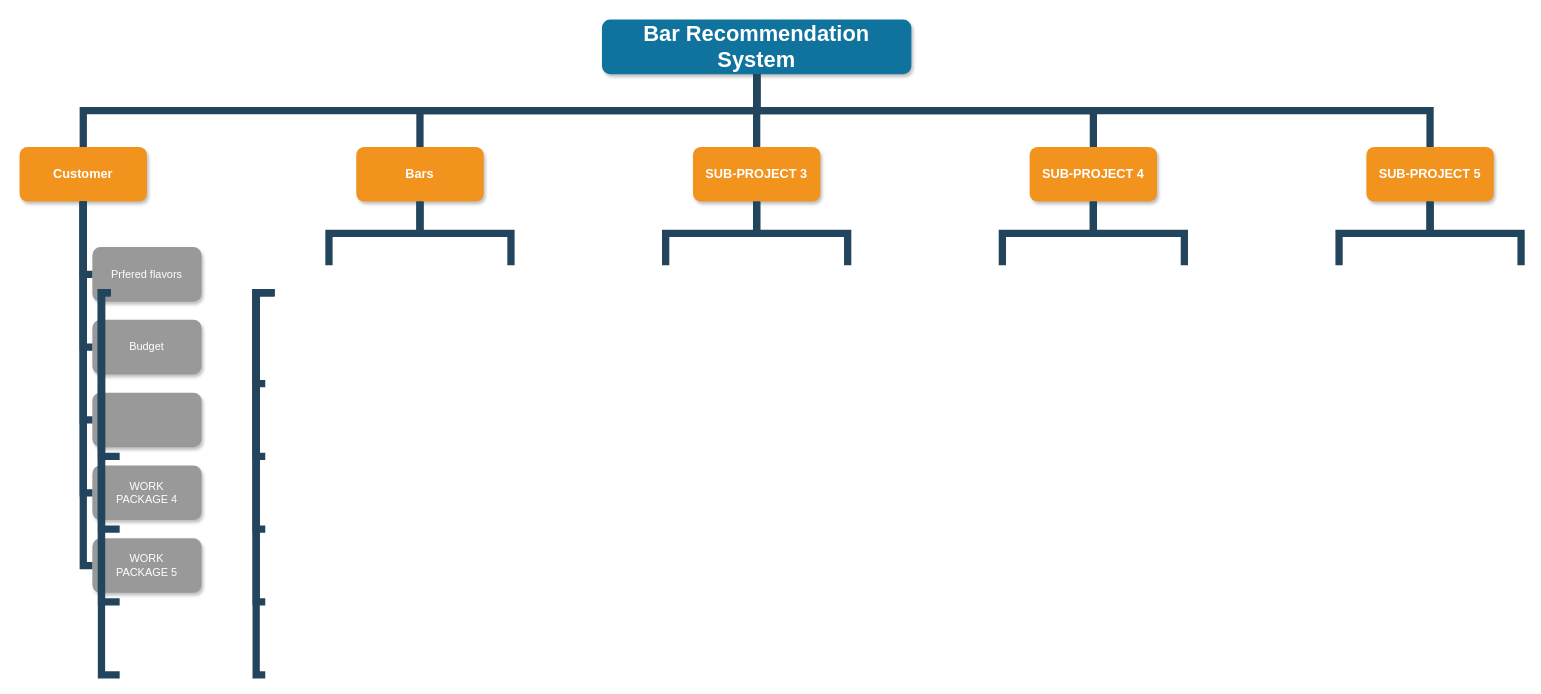
Earlier version of the draw.io diagram DBMS_System_Fuctions.drawio (tp12356twNccu/Database_NCCU). Source tidied: cells renumbered, new cells numbered last; positions are measured from the earlier drawing's top-left corner, leaving out a move shared by most shapes. Both pictures are drawn from the tidied source at 91%, with x=0, y=0 at pixel (19, 19).
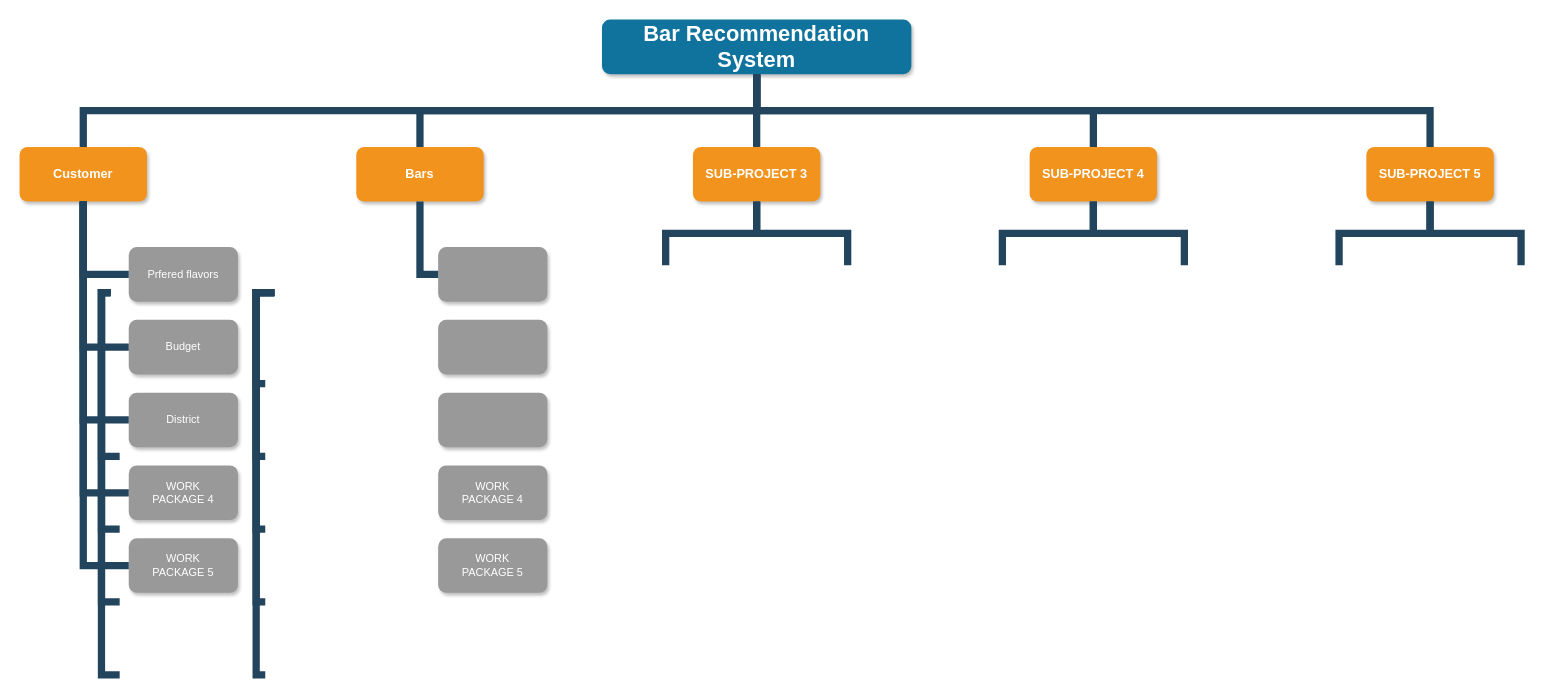
The same diagram, later.

The change refers to these unchanged cells:
```xml
<mxCell id="4" value="Bars" style="whiteSpace=wrap;rounded=1;fillColor=#F2931E;strokeColor=none;shadow=1;fontColor=#FFFFFF;fontStyle=1;fontSize=14;" parent="1" vertex="1">
  <mxGeometry x="370" y="140" width="140" height="60" as="geometry" />
</mxCell>
```

Diff of the diagram source:
```diff
@@
     <mxCell id="8" value="Prfered flavors" style="whiteSpace=wrap;rounded=1;fillColor=#999999;strokeColor=none;shadow=1;fontColor=#FFFFFF;fontStyle=0;" parent="1" vertex="1">
-      <mxGeometry x="80" y="250" width="120" height="60" as="geometry" />
+      <mxGeometry x="120" y="250" width="120" height="60" as="geometry" />
     </mxCell>
     <mxCell id="9" value="Budget" style="whiteSpace=wrap;rounded=1;fillColor=#999999;strokeColor=none;shadow=1;fontColor=#FFFFFF;fontStyle=0;" parent="1" vertex="1">
-      <mxGeometry x="80" y="330" width="120" height="60" as="geometry" />
+      <mxGeometry x="120" y="330" width="120" height="60" as="geometry" />
     </mxCell>
-    <mxCell id="10" style="whiteSpace=wrap;rounded=1;fillColor=#999999;strokeColor=none;shadow=1;fontColor=#FFFFFF;fontStyle=0;" parent="1" vertex="1">
-      <mxGeometry x="80" y="410" width="120" height="60" as="geometry" />
+    <mxCell id="10" value="District" style="whiteSpace=wrap;rounded=1;fillColor=#999999;strokeColor=none;shadow=1;fontColor=#FFFFFF;fontStyle=0;" parent="1" vertex="1">
+      <mxGeometry x="120" y="410" width="120" height="60" as="geometry" />
     </mxCell>
     <mxCell id="11" value="WORK&#10;PACKAGE 4" style="whiteSpace=wrap;rounded=1;fillColor=#999999;strokeColor=none;shadow=1;fontColor=#FFFFFF;fontStyle=0;" parent="1" vertex="1">
-      <mxGeometry x="80" y="490" width="120" height="60" as="geometry" />
+      <mxGeometry x="120" y="490" width="120" height="60" as="geometry" />
     </mxCell>
     <mxCell id="12" value="WORK&#10;PACKAGE 5" style="whiteSpace=wrap;rounded=1;fillColor=#999999;strokeColor=none;shadow=1;fontColor=#FFFFFF;fontStyle=0;" parent="1" vertex="1">
-      <mxGeometry x="80" y="570" width="120" height="60" as="geometry" />
+      <mxGeometry x="120" y="570" width="120" height="60" as="geometry" />
     </mxCell>
@@
-    <mxCell id="17" style="edgeStyle=elbowEdgeStyle;elbow=vertical;rounded=0;fontColor=#000000;endArrow=none;endFill=0;strokeWidth=8;strokeColor=#23445D;" parent="1" edge="1" source="4">
-      <mxGeometry relative="1" as="geometry">
-        <mxPoint x="340" y="270" as="targetPoint" />
-      </mxGeometry>
-    </mxCell>
-    <mxCell id="18" style="edgeStyle=elbowEdgeStyle;elbow=vertical;rounded=0;fontColor=#000000;endArrow=none;endFill=0;strokeWidth=8;strokeColor=#23445D;" parent="1" edge="1" source="4">
-      <mxGeometry relative="1" as="geometry">
-        <mxPoint x="540" y="270" as="targetPoint" />
-      </mxGeometry>
-    </mxCell>
@@
+    <mxCell id="40" style="whiteSpace=wrap;rounded=1;fillColor=#999999;strokeColor=none;shadow=1;fontColor=#FFFFFF;fontStyle=0;" parent="1" vertex="1">
+      <mxGeometry x="460" y="250" width="120" height="60" as="geometry" />
+    </mxCell>
+    <mxCell id="41" style="whiteSpace=wrap;rounded=1;fillColor=#999999;strokeColor=none;shadow=1;fontColor=#FFFFFF;fontStyle=0;" parent="1" vertex="1">
+      <mxGeometry x="460" y="330" width="120" height="60" as="geometry" />
+    </mxCell>
+    <mxCell id="42" style="whiteSpace=wrap;rounded=1;fillColor=#999999;strokeColor=none;shadow=1;fontColor=#FFFFFF;fontStyle=0;" parent="1" vertex="1">
+      <mxGeometry x="460" y="410" width="120" height="60" as="geometry" />
+    </mxCell>
+    <mxCell id="43" value="WORK&#10;PACKAGE 4" style="whiteSpace=wrap;rounded=1;fillColor=#999999;strokeColor=none;shadow=1;fontColor=#FFFFFF;fontStyle=0;" parent="1" vertex="1">
+      <mxGeometry x="460" y="490" width="120" height="60" as="geometry" />
+    </mxCell>
+    <mxCell id="44" value="WORK&#10;PACKAGE 5" style="whiteSpace=wrap;rounded=1;fillColor=#999999;strokeColor=none;shadow=1;fontColor=#FFFFFF;fontStyle=0;" parent="1" vertex="1">
+      <mxGeometry x="460" y="570" width="120" height="60" as="geometry" />
+    </mxCell>
+    <mxCell id="45" style="edgeStyle=elbowEdgeStyle;elbow=horizontal;rounded=0;fontColor=#000000;endArrow=none;endFill=0;strokeWidth=8;strokeColor=#23445D;entryX=0;entryY=0.5;entryDx=0;entryDy=0;exitX=0.5;exitY=1;exitDx=0;exitDy=0;" parent="1" edge="1" source="4" target="40">
+      <mxGeometry relative="1" as="geometry">
+        <Array as="points">
+          <mxPoint x="440" y="300" />
+        </Array>
+      </mxGeometry>
+    </mxCell>
```
